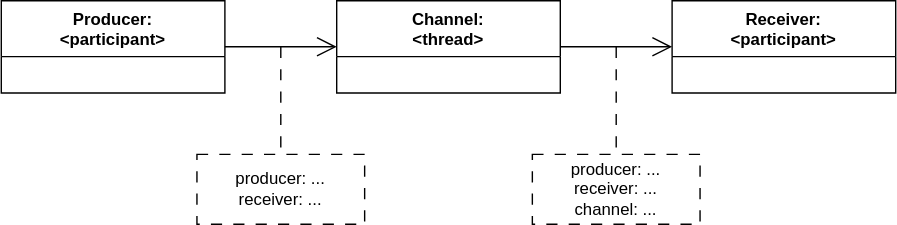
Earlier version of the draw.io export doc/notification_channel.svg (vitalii-samoilenko/ai-chat-bot). Source tidied: cells renumbered, new cells last; positions are measured from the earlier drawing's top-left corner, leaving out a move shared by most shapes.
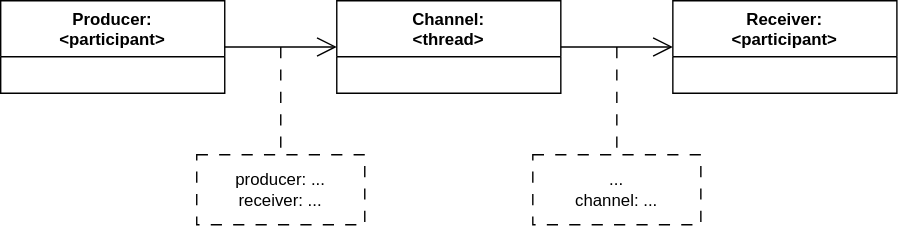
The same diagram one commit later.

Diff of the diagram source:
```diff
@@ -20,7 +20,7 @@
     <mxCell id="7" value="producer: ...&lt;div&gt;receiver: ...&lt;/div&gt;" style="html=1;whiteSpace=wrap;fillColor=none;dashed=1;dashPattern=8 8;labelPosition=center;verticalLabelPosition=middle;align=center;verticalAlign=middle;" parent="1" vertex="1">
       <mxGeometry x="140" y="110" width="120" height="50" as="geometry" />
     </mxCell>
-    <mxCell id="8" value="producer: ...&lt;div&gt;receiver: ...&lt;/div&gt;&lt;div&gt;channel: ...&lt;/div&gt;" style="html=1;whiteSpace=wrap;fillColor=none;dashed=1;dashPattern=8 8;labelPosition=center;verticalLabelPosition=middle;align=center;verticalAlign=middle;" parent="1" vertex="1">
+    <mxCell id="8" value="&lt;div&gt;...&lt;/div&gt;&lt;div&gt;channel: ...&lt;/div&gt;" style="html=1;whiteSpace=wrap;fillColor=none;dashed=1;dashPattern=8 8;labelPosition=center;verticalLabelPosition=middle;align=center;verticalAlign=middle;" parent="1" vertex="1">
       <mxGeometry x="380" y="110" width="120" height="50" as="geometry" />
     </mxCell>
     <mxCell id="9" style="endArrow=none;dashed=1;endFill=0;endSize=12;html=1;rounded=0;startFill=0;dashPattern=8 8;" parent="1" edge="1" target="7">
```
